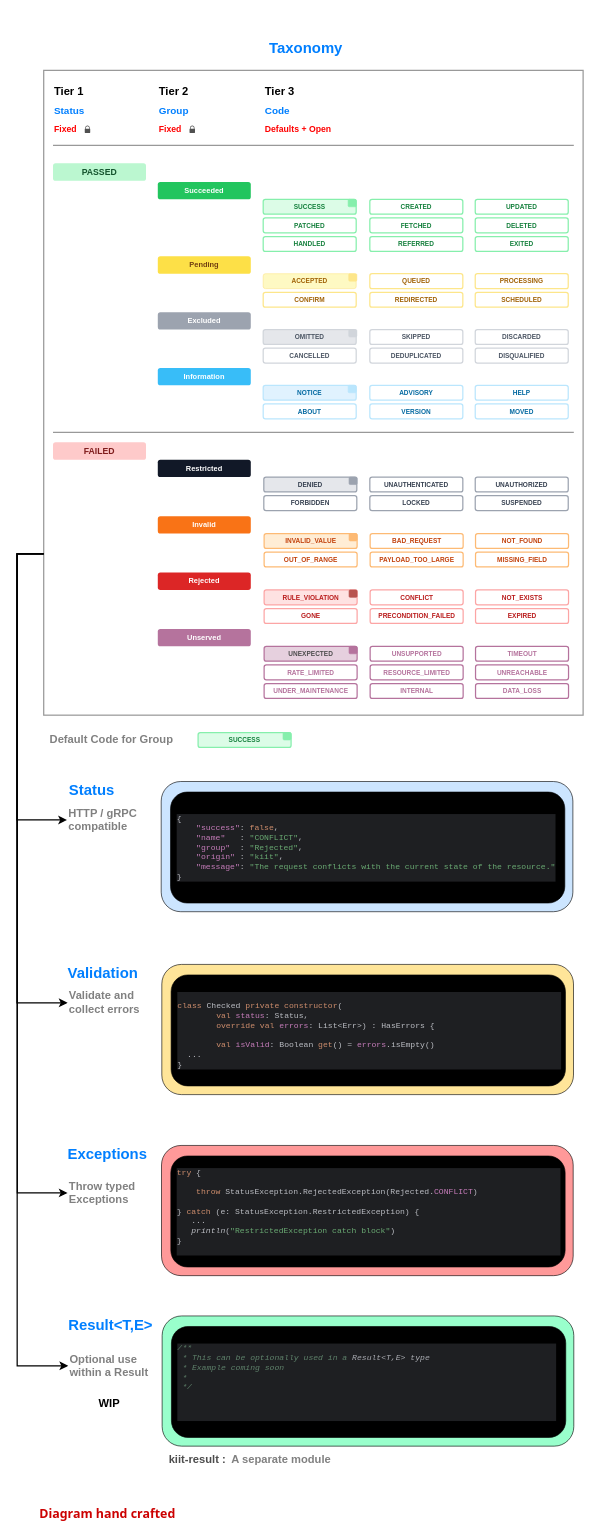
Above: assets/kiit-codes.drawio in slatekit/kiit-codes (draw.io), before the change. Source tidied: cells renumbered, new cells numbered last; positions are measured from the earlier drawing's top-left corner, leaving out a move shared by most shapes. Both pictures are drawn from the tidied source at 62%, with x=0, y=0 at pixel (17, 39).
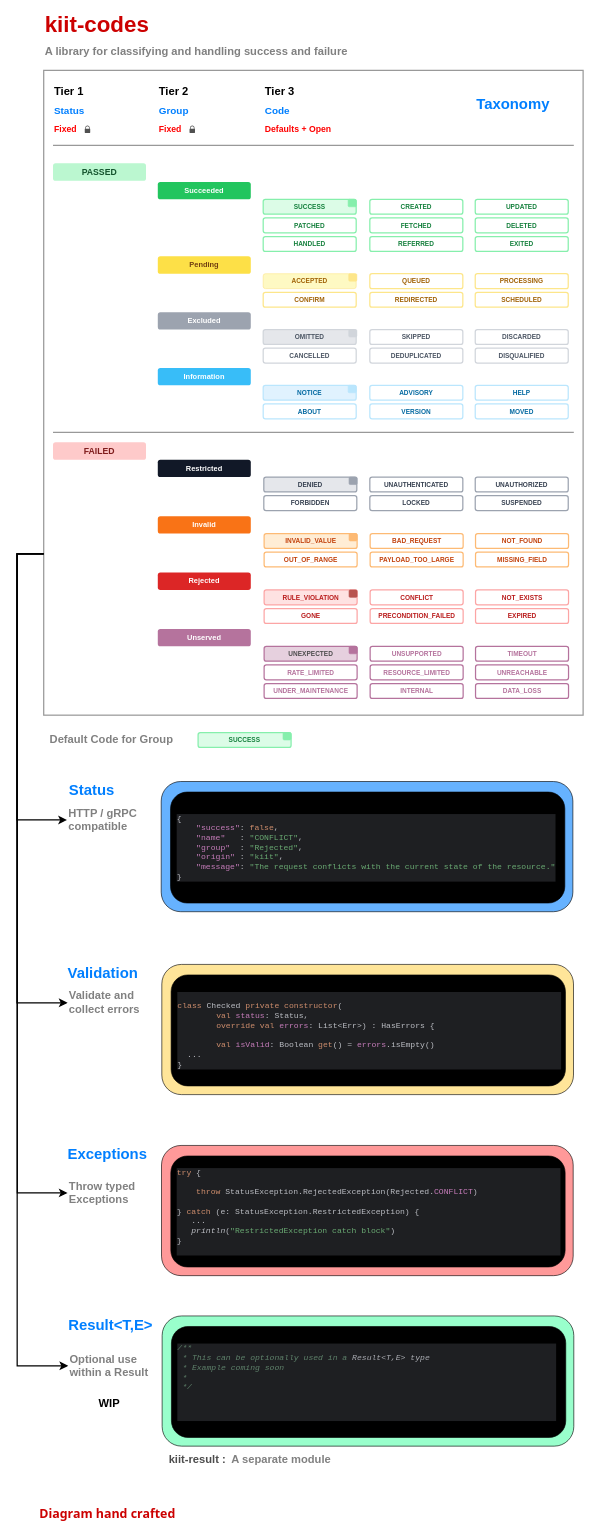
Above is the later version.

Unchanged cells that the change refers to:
```xml
<mxCell id="83" style="group;" parent="1" vertex="1">
  <mxGeometry x="232.5" y="1197" width="664" height="210" as="geometry" />
</mxCell>
```

Diff of the diagram source:
```diff
@@
     <mxCell id="80" value="&lt;font style=&quot;font-size: 24px;&quot;&gt;&lt;b style=&quot;color: rgb(0, 127, 255);&quot;&gt;Taxonomy&lt;/b&gt;&lt;/font&gt;" style="text;html=1;whiteSpace=wrap;strokeColor=none;fillColor=none;align=left;verticalAlign=middle;rounded=0;fontColor=#FF0000;" parent="1" vertex="1">
-      <mxGeometry x="405" width="119" height="30" as="geometry" />
+      <mxGeometry x="739" y="89" width="143" height="30" as="geometry" />
     </mxCell>
@@
-    <mxCell id="84" style="rounded=1;whiteSpace=wrap;html=1;fillColor=#CCE5FF;" parent="83" vertex="1">
+    <mxCell id="84" style="rounded=1;whiteSpace=wrap;html=1;fillColor=#66B2FF;" parent="83" vertex="1">
       <mxGeometry width="664" height="210" as="geometry" />
     </mxCell>
@@
+    <mxCell id="121" value="&lt;font&gt;&lt;span style=&quot;font-size: 36px;&quot;&gt;&lt;b&gt;kiit-codes&lt;/b&gt;&lt;/span&gt;&lt;/font&gt;" style="text;html=1;whiteSpace=wrap;strokeColor=none;fillColor=none;align=left;verticalAlign=middle;rounded=0;fontColor=#CC0000;" parent="1" vertex="1">
+      <mxGeometry x="43" y="-40" width="305.9" height="30" as="geometry" />
+    </mxCell>
+    <mxCell id="122" value="&lt;font color=&quot;#808080&quot;&gt;&lt;span style=&quot;font-size: 18px;&quot;&gt;&lt;b&gt;A library for classifying and handling success and failure&lt;/b&gt;&lt;/span&gt;&lt;/font&gt;" style="text;html=1;whiteSpace=wrap;strokeColor=none;fillColor=none;align=left;verticalAlign=middle;rounded=0;" parent="1" vertex="1">
+      <mxGeometry x="43" width="672" height="40" as="geometry" />
+    </mxCell>
```
